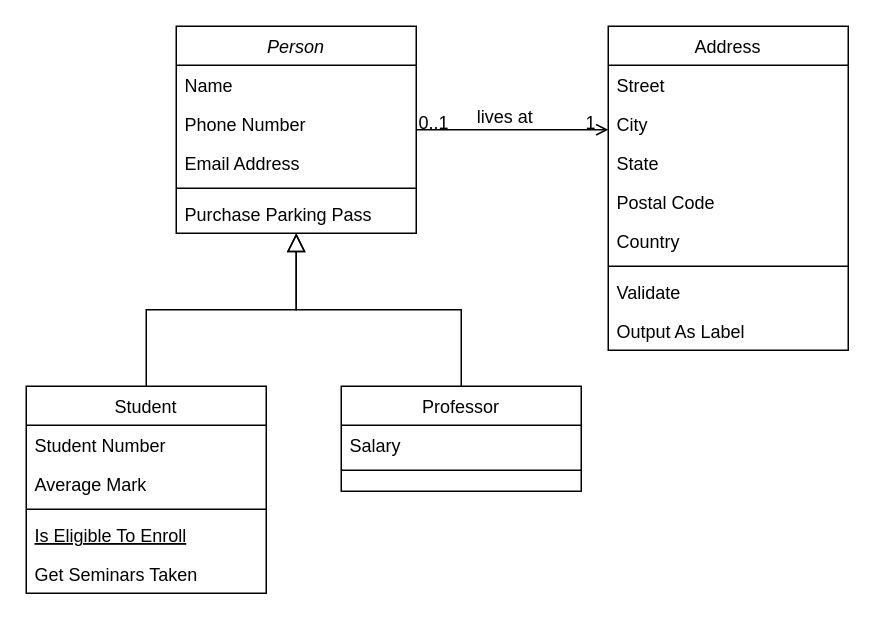
Above: Diagrama sem nome.drawio in rotkis/CriptoExchange (draw.io), before the change. Source tidied: cells renumbered, new cells numbered last; positions are measured from the earlier drawing's top-left corner, leaving out a move shared by most shapes. Both pictures are drawn from the tidied source at 150%, with x=0, y=0 at pixel (26, 26).
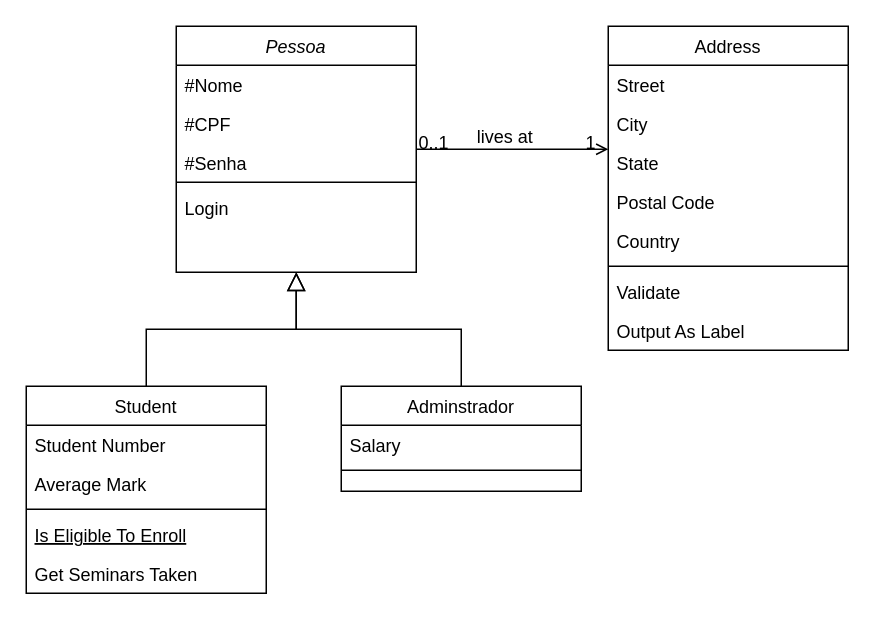
After the change.

Commit message:
atualizar o digrama de classes

The edit, as a diff of the source:
```diff
@@
-    <mxCell id="2" value="Person" style="swimlane;fontStyle=2;align=center;verticalAlign=top;horizontal=1;startSize=26;rounded=0;shadow=0;strokeWidth=1;" parent="1" vertex="1">
-      <mxGeometry x="100" width="160" height="138" as="geometry" />
+    <mxCell id="2" value="Pessoa" style="swimlane;fontStyle=2;align=center;verticalAlign=top;horizontal=1;startSize=26;rounded=0;shadow=0;strokeWidth=1;" parent="1" vertex="1">
+      <mxGeometry x="100" width="160" height="164" as="geometry" />
     </mxCell>
-    <mxCell id="3" value="Name" style="text;align=left;verticalAlign=top;spacingLeft=4;spacingRight=4;overflow=hidden;" parent="2" vertex="1">
+    <mxCell id="3" value="#Nome&#10;" style="text;align=left;verticalAlign=top;spacingLeft=4;spacingRight=4;overflow=hidden;" parent="2" vertex="1">
       <mxGeometry y="26" width="160" height="26" as="geometry" />
     </mxCell>
-    <mxCell id="4" value="Phone Number" style="text;align=left;verticalAlign=top;spacingLeft=4;spacingRight=4;overflow=hidden;rounded=0;shadow=0;html=0;" parent="2" vertex="1">
+    <mxCell id="4" value="#CPF" style="text;align=left;verticalAlign=top;spacingLeft=4;spacingRight=4;overflow=hidden;rounded=0;shadow=0;html=0;" parent="2" vertex="1">
       <mxGeometry y="52" width="160" height="26" as="geometry" />
     </mxCell>
-    <mxCell id="5" value="Email Address" style="text;align=left;verticalAlign=top;spacingLeft=4;spacingRight=4;overflow=hidden;rounded=0;shadow=0;html=0;" parent="2" vertex="1">
-      <mxGeometry y="78" width="160" height="26" as="geometry" />
+    <mxCell id="5" value="#Senha&#10;" style="text;align=left;verticalAlign=top;spacingLeft=4;spacingRight=4;overflow=hidden;rounded=0;shadow=0;html=0;" parent="2" vertex="1">
+      <mxGeometry y="78" width="160" height="22" as="geometry" />
     </mxCell>
     <mxCell id="6" style="line;html=1;strokeWidth=1;align=left;verticalAlign=middle;spacingTop=-1;spacingLeft=3;spacingRight=3;labelPosition=right;" parent="2" vertex="1">
-      <mxGeometry y="104" width="160" height="8" as="geometry" />
+      <mxGeometry y="100" width="160" height="8" as="geometry" />
     </mxCell>
-    <mxCell id="7" value="Purchase Parking Pass" style="text;align=left;verticalAlign=top;spacingLeft=4;spacingRight=4;overflow=hidden;" parent="2" vertex="1">
-      <mxGeometry y="112" width="160" height="26" as="geometry" />
+    <mxCell id="7" value="Login" style="text;align=left;verticalAlign=top;spacingLeft=4;spacingRight=4;overflow=hidden;" parent="2" vertex="1">
+      <mxGeometry y="108" width="160" height="26" as="geometry" />
     </mxCell>
@@
-    <mxCell id="15" value="Professor" style="swimlane;fontStyle=0;align=center;verticalAlign=top;horizontal=1;startSize=26;rounded=0;shadow=0;strokeWidth=1;" parent="1" vertex="1">
+    <mxCell id="15" value="Adminstrador" style="swimlane;fontStyle=0;align=center;verticalAlign=top;horizontal=1;startSize=26;rounded=0;shadow=0;strokeWidth=1;" parent="1" vertex="1">
       <mxGeometry x="210" y="240" width="160" height="70" as="geometry" />
     </mxCell>
```
